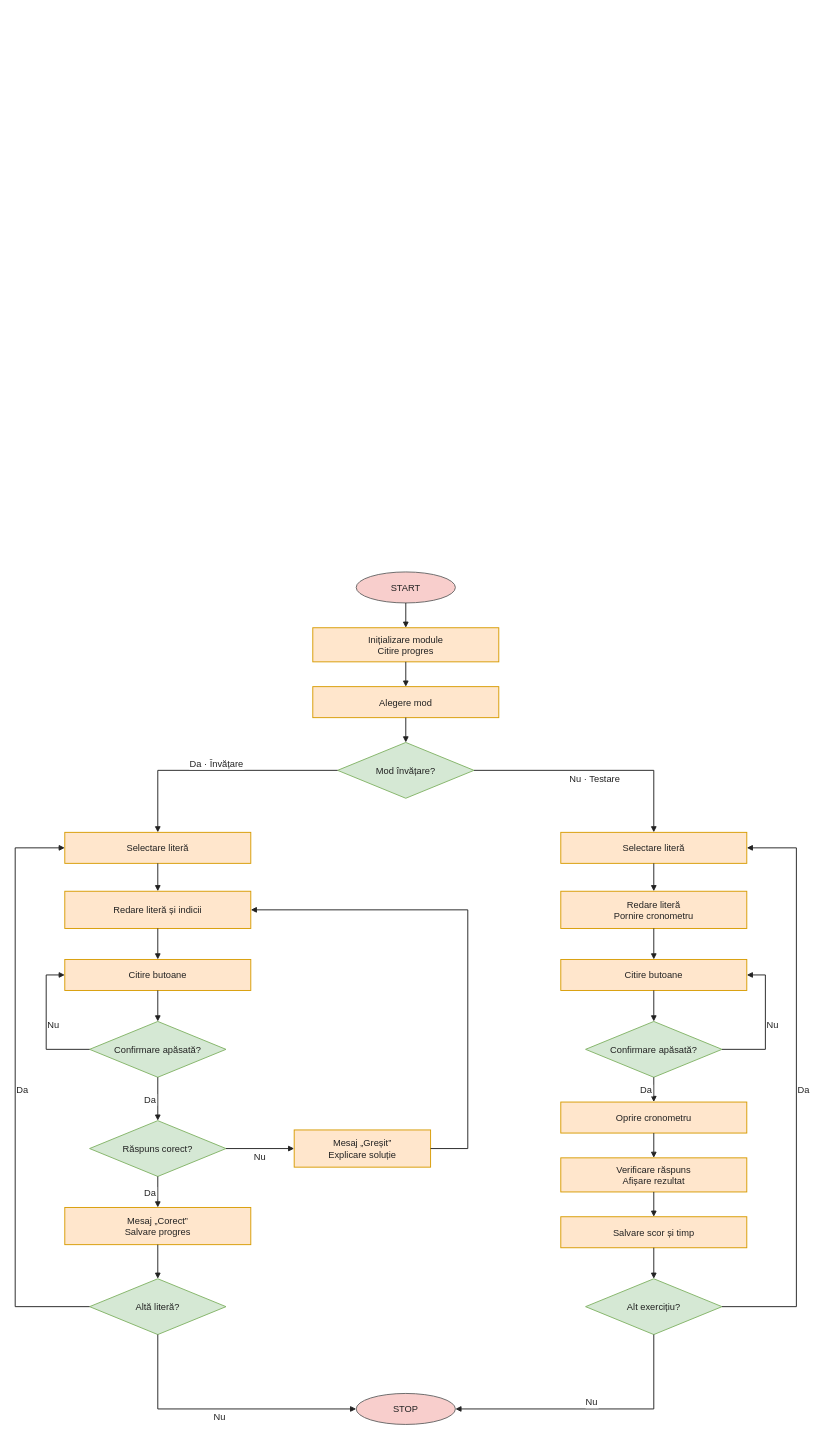
This is docs/logic-diagram.drawio from IoanaRacheru/sio-learn-braille, a draw.io file, before an edit. Source tidied: cells renumbered, new cells numbered last; positions are measured from the earlier drawing's top-left corner, leaving out a move shared by most shapes. Both pictures are drawn from the tidied source at 62%, with x=0, y=0 at pixel (15, 572).
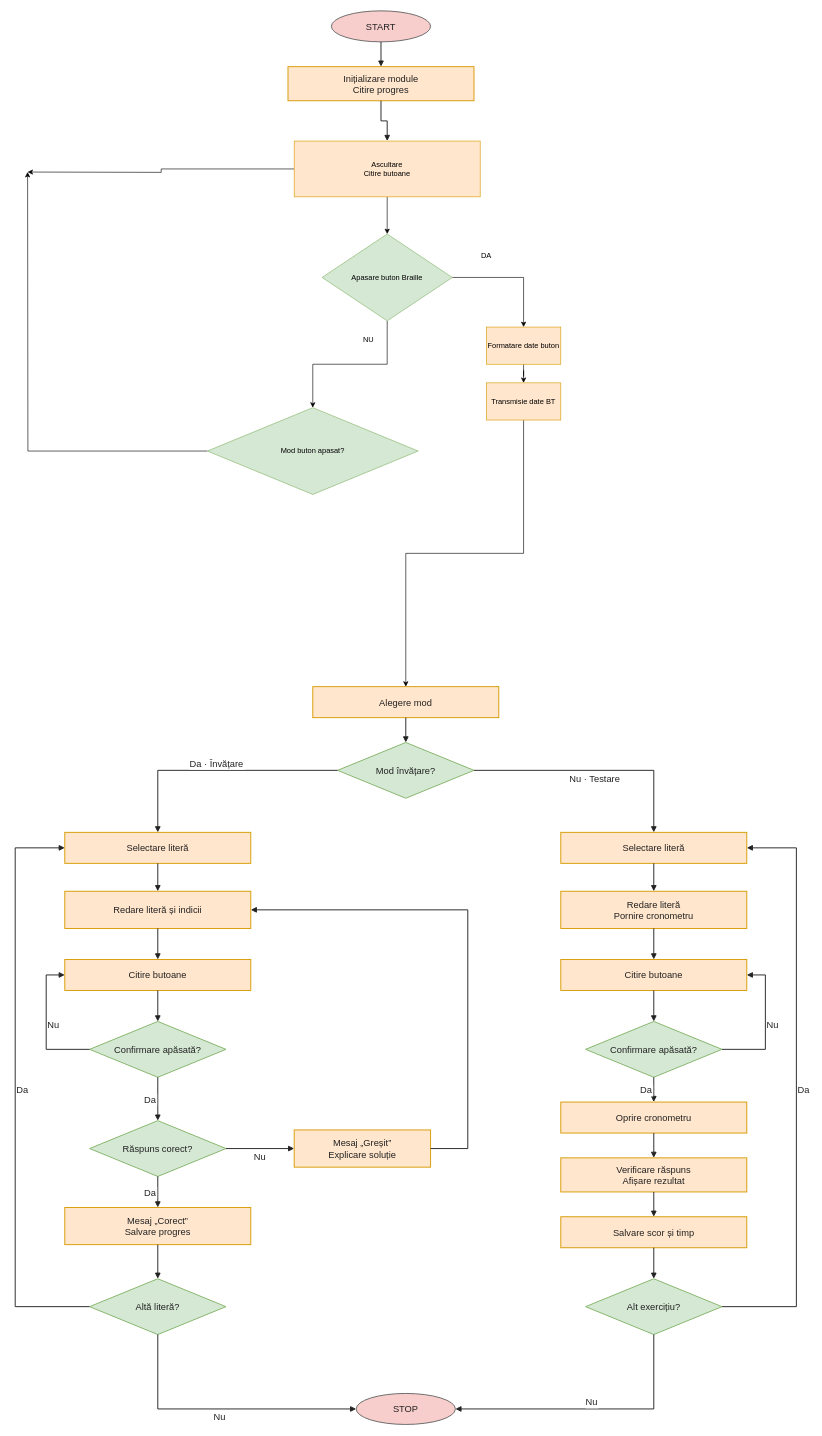
The same diagram, later.

The change refers to these unchanged cells:
```xml
<mxCell id="4" value="Alegere mod" style="whiteSpace=wrap;html=0;fillColor=#ffe6cc;strokeColor=#d79b00;strokeWidth=1.5;fontFamily=Arial;fontSize=15;fontColor=#222222;align=center;verticalAlign=middle;rounded=0;" parent="1" vertex="1">
  <mxGeometry x="480" y="185" width="300" height="50" as="geometry" />
</mxCell>
```

What changed in the source:
```diff
@@
     <mxCell id="2" value="START" style="whiteSpace=wrap;html=0;fillColor=#f8cecc;strokeColor=#666666;strokeWidth=1.5;fontFamily=Arial;fontSize=15;fontColor=#222222;align=center;verticalAlign=middle;ellipse;" parent="1" vertex="1">
-      <mxGeometry x="550" width="160" height="50" as="geometry" />
+      <mxGeometry x="510" y="-905" width="160" height="50" as="geometry" />
     </mxCell>
     <mxCell id="3" value="Inițializare module&#10;Citire progres" style="whiteSpace=wrap;html=0;fillColor=#ffe6cc;strokeColor=#d79b00;strokeWidth=1.5;fontFamily=Arial;fontSize=15;fontColor=#222222;align=center;verticalAlign=middle;rounded=0;" parent="1" vertex="1">
-      <mxGeometry x="480" y="90" width="300" height="55" as="geometry" />
+      <mxGeometry x="440" y="-815" width="300" height="55" as="geometry" />
     </mxCell>
@@
-    <mxCell id="24" style="edgeStyle=orthogonalEdgeStyle;rounded=0;jettySize=auto;html=0;strokeColor=#222222;strokeWidth=1.5;endArrow=block;endFill=1;fontFamily=Arial;fontSize=15;fontColor=#222222;labelBackgroundColor=#ffffff;exitX=0.5;exitY=1.0;exitDx=0;exitDy=0;entryX=0.5;entryY=0.0;entryDx=0;entryDy=0;" parent="1" edge="1" source="3" target="4">
-      <mxGeometry relative="1" as="geometry" />
-    </mxCell>
@@
+    <mxCell id="49" style="edgeStyle=orthogonalEdgeStyle;rounded=0;jettySize=auto;html=0;strokeColor=#222222;strokeWidth=1.5;endArrow=block;endFill=1;fontFamily=Arial;fontSize=15;fontColor=#222222;labelBackgroundColor=#ffffff;exitX=0.5;exitY=1.0;exitDx=0;exitDy=0;" parent="1" edge="1" source="3" target="52">
+      <mxGeometry relative="1" as="geometry" />
+    </mxCell>
+    <mxCell id="50" style="edgeStyle=orthogonalEdgeStyle;rounded=0;jettySize=auto;html=1;exitX=0.5;exitY=1;exitDx=0;exitDy=0;entryX=0.5;entryY=0;entryDx=0;entryDy=0;defaultLabelBackgroundColor=page;" parent="1" edge="1" source="52" target="55">
+      <mxGeometry x="0.02" relative="1" as="geometry">
+        <Array as="points">
+          <mxPoint x="600" y="-555" />
+        </Array>
+      </mxGeometry>
+    </mxCell>
+    <mxCell id="51" style="edgeStyle=orthogonalEdgeStyle;rounded=0;jettySize=auto;html=1;defaultLabelBackgroundColor=page;" parent="1" edge="1" source="52">
+      <mxGeometry relative="1" as="geometry">
+        <mxPoint x="20" y="-645" as="targetPoint" />
+      </mxGeometry>
+    </mxCell>
+    <mxCell id="52" value="Ascultare&lt;div&gt;Citire butoane&lt;/div&gt;" style="rounded=0;whiteSpace=wrap;html=1;fillColor=#ffe6cc;strokeColor=#d79b00;" parent="1" vertex="1">
+      <mxGeometry x="450" y="-695" width="300" height="90" as="geometry" />
+    </mxCell>
+    <mxCell id="53" style="edgeStyle=orthogonalEdgeStyle;rounded=0;jettySize=auto;html=1;exitX=0.5;exitY=1;exitDx=0;exitDy=0;entryX=0.5;entryY=0;entryDx=0;entryDy=0;defaultLabelBackgroundColor=page;" parent="1" edge="1" source="55" target="62">
+      <mxGeometry relative="1" as="geometry" />
+    </mxCell>
+    <mxCell id="54" style="edgeStyle=orthogonalEdgeStyle;rounded=0;jettySize=auto;html=1;entryX=0.5;entryY=0;entryDx=0;entryDy=0;defaultLabelBackgroundColor=page;" parent="1" edge="1" source="55" target="58">
+      <mxGeometry relative="1" as="geometry" />
+    </mxCell>
+    <mxCell id="55" value="Apasare buton Braille" style="rhombus;whiteSpace=wrap;html=1;shapeInside=1;fillColor=#d5e8d4;strokeColor=#82b366;" parent="1" vertex="1">
+      <mxGeometry x="495" y="-545" width="210" height="140" as="geometry" />
+    </mxCell>
+    <mxCell id="56" value="DA" style="text;html=1;whiteSpace=wrap;strokeColor=none;fillColor=none;align=center;verticalAlign=middle;rounded=0;" parent="1" vertex="1">
+      <mxGeometry x="730" y="-525" width="60" height="30" as="geometry" />
+    </mxCell>
+    <mxCell id="57" style="edgeStyle=orthogonalEdgeStyle;rounded=0;jettySize=auto;html=1;defaultLabelBackgroundColor=page;" parent="1" edge="1" source="58" target="60">
+      <mxGeometry relative="1" as="geometry" />
+    </mxCell>
+    <mxCell id="58" value="Formatare date buton" style="rounded=0;whiteSpace=wrap;html=1;fillColor=#ffe6cc;strokeColor=#d79b00;" parent="1" vertex="1">
+      <mxGeometry x="760" y="-395" width="120" height="60" as="geometry" />
+    </mxCell>
+    <mxCell id="59" style="edgeStyle=orthogonalEdgeStyle;rounded=0;jettySize=auto;html=1;defaultLabelBackgroundColor=page;entryX=0.5;entryY=0;entryDx=0;entryDy=0;" parent="1" edge="1" source="60" target="4">
+      <mxGeometry relative="1" as="geometry" />
+    </mxCell>
+    <mxCell id="60" value="Transmisie date BT" style="rounded=0;whiteSpace=wrap;html=1;fillColor=#ffe6cc;strokeColor=#d79b00;" parent="1" vertex="1">
+      <mxGeometry x="760" y="-305" width="120" height="60" as="geometry" />
+    </mxCell>
+    <mxCell id="61" style="edgeStyle=orthogonalEdgeStyle;rounded=0;jettySize=auto;html=1;defaultLabelBackgroundColor=page;" parent="1" edge="1" source="62">
+      <mxGeometry relative="1" as="geometry">
+        <mxPoint x="20" y="-645" as="targetPoint" />
+      </mxGeometry>
+    </mxCell>
+    <mxCell id="62" value="Mod buton apasat?" style="rhombus;whiteSpace=wrap;html=1;shapeInside=1;fillColor=#d5e8d4;strokeColor=#82b366;" parent="1" vertex="1">
+      <mxGeometry x="310" y="-265" width="340" height="140" as="geometry" />
+    </mxCell>
+    <mxCell id="63" value="NU" style="text;html=1;whiteSpace=wrap;strokeColor=none;fillColor=none;align=center;verticalAlign=middle;rounded=0;" parent="1" vertex="1">
+      <mxGeometry x="540" y="-390" width="60" height="30" as="geometry" />
+    </mxCell>
```
